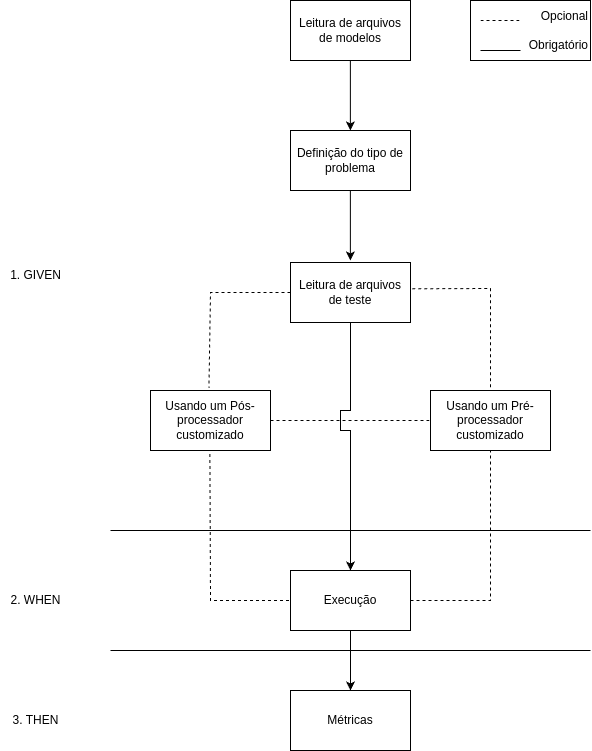
Esduard/INF2102_BDD4ML keeps this draw.io diagram as diagram/Execution_flow.drawio.png. Above is the earlier version. Source tidied: cells renumbered, new cells last; positions are measured from the earlier drawing's top-left corner, leaving out a move shared by most shapes.
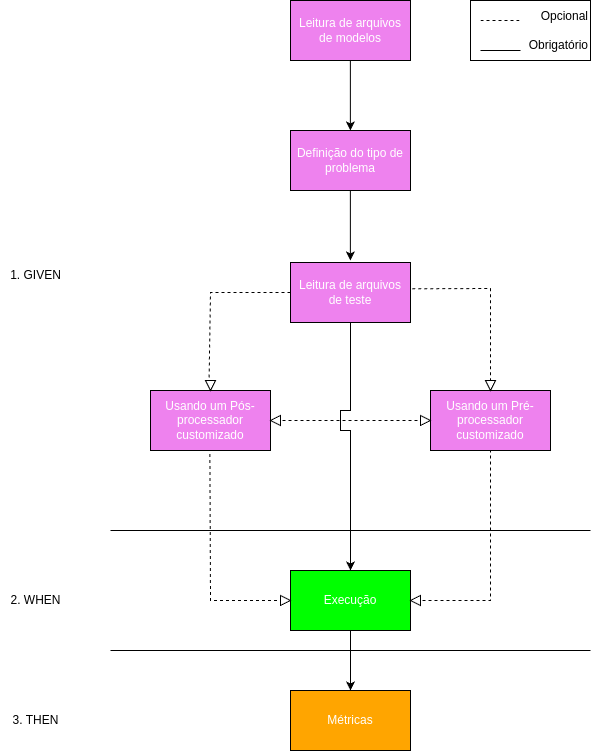
After the change.

Diff of the diagram source:
```diff
@@ -2,22 +2,22 @@
   <root>
     <mxCell id="0" />
     <mxCell id="1" parent="0" />
-    <mxCell id="2" value="Leitura de arquivos de modelos" style="rounded=0;whiteSpace=wrap;html=1;" parent="1" vertex="1">
+    <mxCell id="2" value="&lt;font color=&quot;#ffffff&quot;&gt;Leitura de arquivos de modelos&lt;/font&gt;" style="rounded=0;whiteSpace=wrap;html=1;fillColor=#EE82EE;" parent="1" vertex="1">
       <mxGeometry x="290" width="120" height="60" as="geometry" />
     </mxCell>
-    <mxCell id="3" value="Leitura de arquivos de teste" style="rounded=0;whiteSpace=wrap;html=1;" parent="1" vertex="1">
+    <mxCell id="3" value="&lt;font color=&quot;#ffffff&quot;&gt;Leitura de arquivos de teste&lt;/font&gt;" style="rounded=0;whiteSpace=wrap;html=1;fillColor=#EE82EE;" parent="1" vertex="1">
       <mxGeometry x="290" y="262" width="120" height="60" as="geometry" />
     </mxCell>
-    <mxCell id="4" value="Usando um Pós-processador customizado" style="rounded=0;whiteSpace=wrap;html=1;" parent="1" vertex="1">
+    <mxCell id="4" value="&lt;font color=&quot;#ffffff&quot;&gt;Usando um Pós-processador customizado&lt;/font&gt;" style="rounded=0;whiteSpace=wrap;html=1;fillColor=#EE82EE;" parent="1" vertex="1">
       <mxGeometry x="150" y="390" width="120" height="60" as="geometry" />
     </mxCell>
-    <mxCell id="5" value="Execução" style="rounded=0;whiteSpace=wrap;html=1;" parent="1" vertex="1">
+    <mxCell id="5" value="&lt;font color=&quot;#ffffff&quot;&gt;Execução&lt;/font&gt;" style="rounded=0;whiteSpace=wrap;html=1;fillColor=#00FF00;" parent="1" vertex="1">
       <mxGeometry x="290" y="570" width="120" height="60" as="geometry" />
     </mxCell>
-    <mxCell id="6" value="Métricas" style="rounded=0;whiteSpace=wrap;html=1;" parent="1" vertex="1">
+    <mxCell id="6" value="&lt;font color=&quot;#ffffff&quot;&gt;Métricas&lt;/font&gt;" style="rounded=0;whiteSpace=wrap;html=1;fillColor=#FFA500;" parent="1" vertex="1">
       <mxGeometry x="290" y="690" width="120" height="60" as="geometry" />
     </mxCell>
-    <mxCell id="7" value="Usando um Pré-processador customizado" style="rounded=0;whiteSpace=wrap;html=1;" parent="1" vertex="1">
+    <mxCell id="7" value="&lt;font color=&quot;#ffffff&quot;&gt;Usando um Pré-processador customizado&lt;/font&gt;" style="rounded=0;whiteSpace=wrap;html=1;fillColor=#EE82EE;" parent="1" vertex="1">
       <mxGeometry x="430" y="390" width="120" height="60" as="geometry" />
     </mxCell>
     <mxCell id="8" style="endArrow=none;html=1;rounded=0;" parent="1" edge="1">
@@ -87,7 +87,7 @@
         <mxPoint x="520" y="50" as="targetPoint" />
       </mxGeometry>
     </mxCell>
-    <mxCell id="21" style="endArrow=none;dashed=1;html=1;rounded=0;exitX=1;exitY=0.5;exitDx=0;exitDy=0;entryX=0;entryY=0.5;entryDx=0;entryDy=0;" parent="1" edge="1" source="4" target="7">
+    <mxCell id="21" style="endArrow=none;dashed=1;html=1;rounded=0;exitX=0;exitY=0;exitDx=5;exitDy=0;entryX=0;entryY=0.5;entryDx=0;entryDy=0;exitPerimeter=0;" parent="1" edge="1" source="29" target="7">
       <mxGeometry relative="1" as="geometry" />
     </mxCell>
     <mxCell id="22" style="endArrow=classic;html=1;rounded=0;exitX=0.5;exitY=1;exitDx=0;exitDy=0;entryX=0.5;entryY=0;entryDx=0;entryDy=0;" parent="1" edge="1">
@@ -102,7 +102,7 @@
         </Array>
       </mxGeometry>
     </mxCell>
-    <mxCell id="23" value="Definição do tipo de problema" style="rounded=0;whiteSpace=wrap;html=1;" parent="1" vertex="1">
+    <mxCell id="23" value="&lt;font color=&quot;#ffffff&quot;&gt;Definição do tipo de problema&lt;/font&gt;" style="rounded=0;whiteSpace=wrap;html=1;fillColor=#EE82EE;" parent="1" vertex="1">
       <mxGeometry x="290" y="130" width="120" height="60" as="geometry" />
     </mxCell>
     <mxCell id="24" style="endArrow=classic;html=1;rounded=0;exitX=0.5;exitY=1;exitDx=0;exitDy=0;entryX=0.5;entryY=0;entryDx=0;entryDy=0;" parent="1" edge="1">
@@ -117,5 +117,23 @@
         <mxPoint x="349.9" y="130" as="targetPoint" />
       </mxGeometry>
     </mxCell>
+    <mxCell id="26" style="verticalLabelPosition=bottom;verticalAlign=top;html=1;shape=mxgraph.basic.acute_triangle;dx=0.5;direction=west;" parent="1" vertex="1">
+      <mxGeometry x="205" y="380" width="10" height="10" as="geometry" />
+    </mxCell>
+    <mxCell id="27" style="verticalLabelPosition=bottom;verticalAlign=top;html=1;shape=mxgraph.basic.acute_triangle;dx=0.5;direction=west;" parent="1" vertex="1">
+      <mxGeometry x="485" y="380" width="10" height="10" as="geometry" />
+    </mxCell>
+    <mxCell id="28" style="verticalLabelPosition=bottom;verticalAlign=top;html=1;shape=mxgraph.basic.acute_triangle;dx=0.5;direction=south;" parent="1" vertex="1">
+      <mxGeometry x="420" y="415" width="10" height="10" as="geometry" />
+    </mxCell>
+    <mxCell id="29" style="verticalLabelPosition=bottom;verticalAlign=top;html=1;shape=mxgraph.basic.acute_triangle;dx=0.5;direction=north;" parent="1" vertex="1">
+      <mxGeometry x="270" y="415" width="10" height="10" as="geometry" />
+    </mxCell>
+    <mxCell id="30" style="verticalLabelPosition=bottom;verticalAlign=top;html=1;shape=mxgraph.basic.acute_triangle;dx=0.5;direction=south;" parent="1" vertex="1">
+      <mxGeometry x="280" y="595" width="10" height="10" as="geometry" />
+    </mxCell>
+    <mxCell id="31" style="verticalLabelPosition=bottom;verticalAlign=top;html=1;shape=mxgraph.basic.acute_triangle;dx=0.5;direction=north;" parent="1" vertex="1">
+      <mxGeometry x="410" y="595" width="10" height="10" as="geometry" />
+    </mxCell>
   </root>
 </mxGraphModel>
```
